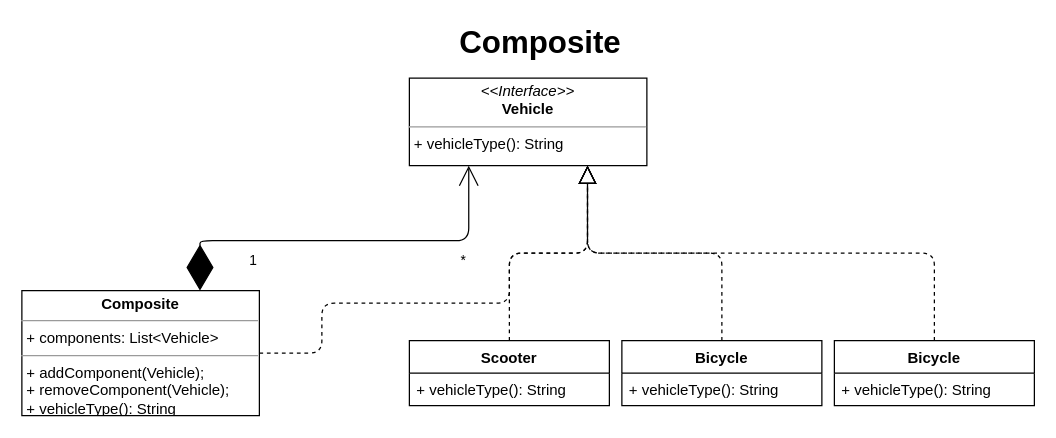
This is page "Composite" (3 of 7) of patterns/structural.drawio from antariuz/uml, a draw.io file, before an edit. Source tidied: cells renumbered, new cells numbered last; positions are measured from the earlier drawing's top-left corner, leaving out a move shared by most shapes. Both pictures are drawn from the tidied source at 125%, with x=0, y=0 at pixel (21, 28).
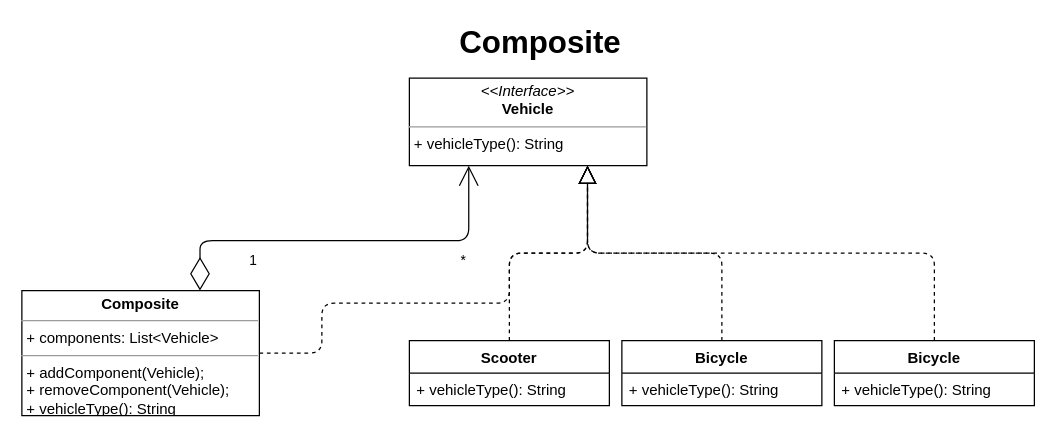
Above is the later version.

Unchanged cells that the change refers to:
```xml
<mxCell id="4" value="&lt;p style=&quot;margin: 0px ; margin-top: 4px ; text-align: center&quot;&gt;&lt;b&gt;Composite&lt;/b&gt;&lt;/p&gt;&lt;hr size=&quot;1&quot;&gt;&lt;p style=&quot;margin: 0px ; margin-left: 4px&quot;&gt;+ components: List&amp;lt;Vehicle&amp;gt;&lt;br&gt;&lt;/p&gt;&lt;hr size=&quot;1&quot;&gt;&lt;p style=&quot;margin: 0px ; margin-left: 4px&quot;&gt;+ addComponent(Vehicle);&lt;br&gt;+ removeComponent(Vehicle);&lt;br&gt;&lt;/p&gt;&lt;p style=&quot;margin: 0px ; margin-left: 4px&quot;&gt;+ vehicleType(): String&lt;br&gt;&lt;/p&gt;" style="verticalAlign=top;align=left;overflow=fill;fontSize=12;fontFamily=Helvetica;html=1;" parent="1" vertex="1">
  <mxGeometry y="210" width="190" height="100" as="geometry" />
</mxCell>
<mxCell id="5" value="&lt;p style=&quot;margin: 0px ; margin-top: 4px ; text-align: center&quot;&gt;&lt;i&gt;&amp;lt;&amp;lt;Interface&amp;gt;&amp;gt;&lt;/i&gt;&lt;br&gt;&lt;b&gt;Vehicle&lt;/b&gt;&lt;/p&gt;&lt;hr size=&quot;1&quot;&gt;&lt;p style=&quot;margin: 0px ; margin-left: 4px&quot;&gt;+ vehicleType(): String&lt;br&gt;&lt;/p&gt;" style="verticalAlign=top;align=left;overflow=fill;fontSize=12;fontFamily=Helvetica;html=1;" parent="1" vertex="1">
  <mxGeometry x="310" y="40" width="190" height="70" as="geometry" />
</mxCell>
```

Diff of the diagram source:
```diff
@@
-    <mxCell id="11" value="Relation" style="endArrow=open;endSize=14;startArrow=diamondThin;startSize=34;startFill=1;edgeStyle=orthogonalEdgeStyle;noLabel=1;fontColor=none;labelBackgroundColor=none;endFill=0;strokeWidth=1;entryX=0.25;entryY=1;entryDx=0;entryDy=0;exitX=0.75;exitY=0;exitDx=0;exitDy=0;jumpSize=16;" parent="1" edge="1" source="4" target="5">
+    <mxCell id="11" value="Relation" style="endArrow=open;endSize=14;startArrow=diamondThin;startSize=24;startFill=0;edgeStyle=orthogonalEdgeStyle;noLabel=1;fontColor=none;labelBackgroundColor=none;endFill=0;strokeWidth=1;entryX=0.25;entryY=1;entryDx=0;entryDy=0;exitX=0.75;exitY=0;exitDx=0;exitDy=0;jumpSize=16;" parent="1" edge="1" source="4" target="5">
       <mxGeometry relative="1" as="geometry">
         <Array as="points">
           <mxPoint x="143" y="170" />
           <mxPoint x="358" y="170" />
         </Array>
       </mxGeometry>
     </mxCell>
```
